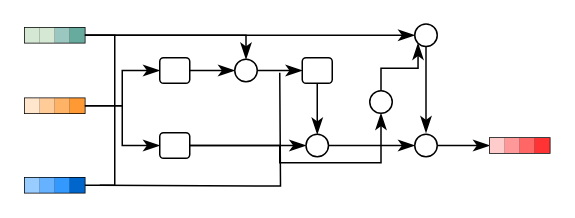
Earlier version of the draw.io diagram page "第 1 页" (1 of 3) of TR_GRU.drawio (LNqwn/BISHE-GRAPH). Source tidied: cells renumbered, new cells numbered last; positions are measured from the earlier drawing's top-left corner, leaving out a move shared by most shapes. Both pictures are drawn from the tidied source at 150%, with x=0, y=0 at pixel (24, 24).
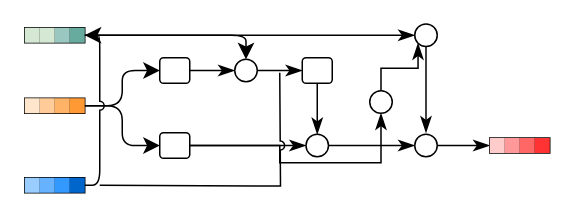
After the change.

Unchanged cells that the change refers to:
```xml
<mxCell id="5" style="shape=table;startSize=0;childLayout=tableLayout;fontSize=16;" parent="1" vertex="1">
  <mxGeometry y="2" width="40" height="10" as="geometry" />
</mxCell>
<mxCell id="6" style="shape=tableRow;horizontal=0;startSize=0;swimlaneHead=0;swimlaneBody=0;strokeColor=inherit;top=0;left=0;bottom=0;right=0;fillColor=none;points=[[0,0.5],[1,0.5]];portConstraint=eastwest;fontSize=16;" parent="5" vertex="1">
  <mxGeometry width="40" height="10" as="geometry" />
</mxCell>
<mxCell id="12" style="shape=tableRow;horizontal=0;startSize=0;swimlaneHead=0;swimlaneBody=0;strokeColor=inherit;top=0;left=0;bottom=0;right=0;fillColor=none;points=[[0,0.5],[1,0.5]];portConstraint=eastwest;fontSize=16;" parent="11" vertex="1">
  <mxGeometry width="40" height="10" as="geometry" />
</mxCell>
<mxCell id="18" style="shape=table;startSize=0;childLayout=tableLayout;fontSize=16;" parent="1" vertex="1">
  <mxGeometry y="49" width="40" height="10" as="geometry" />
</mxCell>
<mxCell id="19" style="shape=tableRow;horizontal=0;startSize=0;swimlaneHead=0;swimlaneBody=0;strokeColor=inherit;top=0;left=0;bottom=0;right=0;fillColor=none;points=[[0,0.5],[1,0.5]];portConstraint=eastwest;fontSize=16;" parent="18" vertex="1">
  <mxGeometry width="40" height="10" as="geometry" />
</mxCell>
<mxCell id="25" style="rounded=1;whiteSpace=wrap;html=1;" parent="1" vertex="1">
  <mxGeometry x="90" y="22" width="20" height="17" as="geometry" />
</mxCell>
<mxCell id="28" style="rounded=1;whiteSpace=wrap;html=1;" parent="1" vertex="1">
  <mxGeometry x="90" y="72" width="20" height="17" as="geometry" />
</mxCell>
<mxCell id="30" style="ellipse;whiteSpace=wrap;html=1;" parent="1" vertex="1">
  <mxGeometry x="140" y="23" width="15" height="15" as="geometry" />
</mxCell>
<mxCell id="38" style="ellipse;whiteSpace=wrap;html=1;" parent="1" vertex="1">
  <mxGeometry x="260" y="-0.5" width="15" height="15" as="geometry" />
</mxCell>
```

What changed in the source:
```diff
@@
-    <mxCell id="3" style="edgeStyle=orthogonalEdgeStyle;shape=connector;rounded=0;jettySize=auto;html=1;entryX=0.5;entryY=0;entryDx=0;entryDy=0;strokeColor=default;align=center;verticalAlign=middle;fontFamily=Helvetica;fontSize=12;fontColor=default;labelBackgroundColor=default;startSize=8;endArrow=classicThin;endSize=8;endFill=1;" parent="1" edge="1" source="5" target="30">
-      <mxGeometry relative="1" as="geometry">
-        <Array as="points">
-          <mxPoint x="148" y="7" />
-        </Array>
-      </mxGeometry>
-    </mxCell>
-    <mxCell id="4" style="edgeStyle=orthogonalEdgeStyle;shape=connector;rounded=0;jettySize=auto;html=1;strokeColor=default;align=center;verticalAlign=middle;fontFamily=Helvetica;fontSize=12;fontColor=default;labelBackgroundColor=default;startSize=8;endArrow=none;endFill=1;endSize=8;startFill=0;entryX=1;entryY=0.5;entryDx=0;entryDy=0;" parent="1" edge="1" source="5" target="12">
-      <mxGeometry relative="1" as="geometry">
-        <Array as="points">
-          <mxPoint x="60" y="7" />
-          <mxPoint x="60" y="107" />
-        </Array>
-      </mxGeometry>
-    </mxCell>
@@
-    <mxCell id="17" style="edgeStyle=orthogonalEdgeStyle;shape=connector;rounded=0;jettySize=auto;html=1;entryX=0;entryY=0.5;entryDx=0;entryDy=0;strokeColor=default;align=center;verticalAlign=middle;fontFamily=Helvetica;fontSize=12;fontColor=default;labelBackgroundColor=default;startSize=8;endArrow=classicThin;endFill=1;endSize=8;" parent="1" edge="1" source="18" target="25">
-      <mxGeometry relative="1" as="geometry" />
-    </mxCell>
+    <mxCell id="50" style="edgeStyle=orthogonalEdgeStyle;shape=connector;curved=0;rounded=1;jumpStyle=arc;jettySize=auto;html=1;entryX=0;entryY=0.5;entryDx=0;entryDy=0;strokeColor=default;align=center;verticalAlign=middle;fontFamily=Helvetica;fontSize=12;fontColor=default;labelBackgroundColor=default;startArrow=none;startFill=0;startSize=8;endArrow=classic;endSize=8;" parent="1" edge="1" source="18" target="28">
+      <mxGeometry relative="1" as="geometry" />
+    </mxCell>
@@
-    <mxCell id="47" style="edgeStyle=orthogonalEdgeStyle;rounded=0;jettySize=auto;html=1;fontSize=12;startSize=8;endSize=8;entryX=0;entryY=0.5;entryDx=0;entryDy=0;endArrow=classicThin;endFill=1;" parent="1" edge="1" source="6" target="38">
+    <mxCell id="47" style="edgeStyle=orthogonalEdgeStyle;rounded=1;jettySize=auto;html=1;fontSize=12;startSize=8;endSize=8;entryX=0;entryY=0.5;entryDx=0;entryDy=0;endArrow=classicThin;endFill=1;curved=0;" parent="1" edge="1" source="6" target="38">
       <mxGeometry relative="1" as="geometry" />
     </mxCell>
-    <mxCell id="48" style="edgeStyle=orthogonalEdgeStyle;shape=connector;rounded=0;jettySize=auto;html=1;entryX=0;entryY=0.5;entryDx=0;entryDy=0;strokeColor=default;align=center;verticalAlign=middle;fontFamily=Helvetica;fontSize=12;fontColor=default;labelBackgroundColor=default;startSize=8;endArrow=classicThin;endFill=1;endSize=8;" parent="1" edge="1" source="19" target="28">
-      <mxGeometry relative="1" as="geometry" />
-    </mxCell>
-    <mxCell id="49" style="edgeStyle=orthogonalEdgeStyle;shape=connector;rounded=0;orthogonalLoop=1;jettySize=auto;html=1;strokeColor=default;align=center;verticalAlign=middle;fontFamily=Helvetica;fontSize=12;fontColor=default;labelBackgroundColor=default;startFill=0;startSize=8;endArrow=none;endFill=1;endSize=8;" parent="1" edge="1">
+    <mxCell id="49" style="edgeStyle=orthogonalEdgeStyle;shape=connector;rounded=0;orthogonalLoop=1;jettySize=auto;html=1;strokeColor=default;align=center;verticalAlign=middle;fontFamily=Helvetica;fontSize=12;fontColor=default;labelBackgroundColor=default;startFill=0;startSize=8;endArrow=none;endFill=1;endSize=8;jumpStyle=arc;jumpSize=6;" parent="1" edge="1">
       <mxGeometry relative="1" as="geometry">
         <mxPoint x="50" y="107" as="sourcePoint" />
         <mxPoint x="170" y="32" as="targetPoint" />
       </mxGeometry>
     </mxCell>
+    <mxCell id="51" style="edgeStyle=orthogonalEdgeStyle;rounded=1;jettySize=auto;html=1;entryX=0.5;entryY=0;entryDx=0;entryDy=0;fontSize=12;startSize=8;endSize=8;startArrow=none;startFill=0;curved=0;jumpStyle=arc;" parent="1" edge="1" source="6" target="30">
+      <mxGeometry relative="1" as="geometry">
+        <Array as="points">
+          <mxPoint x="148" y="7" />
+        </Array>
+      </mxGeometry>
+    </mxCell>
+    <mxCell id="52" style="edgeStyle=orthogonalEdgeStyle;shape=connector;rounded=1;jumpStyle=arc;jettySize=auto;html=1;entryX=0;entryY=0.5;entryDx=0;entryDy=0;strokeColor=default;align=center;verticalAlign=middle;fontFamily=Helvetica;fontSize=12;fontColor=default;labelBackgroundColor=default;startArrow=none;startFill=0;startSize=8;endArrow=classic;endSize=8;" parent="1" edge="1" source="19" target="25">
+      <mxGeometry relative="1" as="geometry" />
+    </mxCell>
+    <mxCell id="53" style="edgeStyle=orthogonalEdgeStyle;shape=connector;curved=0;rounded=1;jumpStyle=arc;jettySize=auto;html=1;entryX=1;entryY=0.5;entryDx=0;entryDy=0;strokeColor=default;align=center;verticalAlign=middle;fontFamily=Helvetica;fontSize=12;fontColor=default;labelBackgroundColor=default;startArrow=none;startFill=0;startSize=8;endArrow=classic;endSize=8;" parent="1" edge="1" source="12" target="6">
+      <mxGeometry relative="1" as="geometry">
+        <Array as="points">
+          <mxPoint x="50" y="107" />
+          <mxPoint x="50" y="7" />
+        </Array>
+      </mxGeometry>
+    </mxCell>
```
